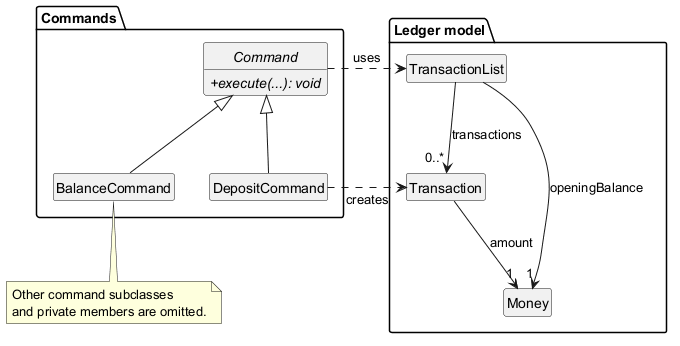
This is docs/images/CommandClassDiagram.png from AY2627S1-CS2113-W13-2/tp, a PlantUML export, as it was before one commit.
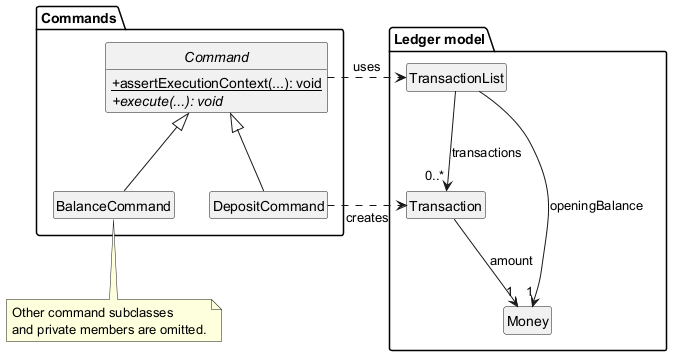
Later version of the same file.

Change to the diagram source:
```diff
@@ -5,6 +5,7 @@
 
 package "Commands" {
     abstract class Command {
+        + {static} assertExecutionContext(...): void
         + {abstract} execute(...): void
     }
 
```
